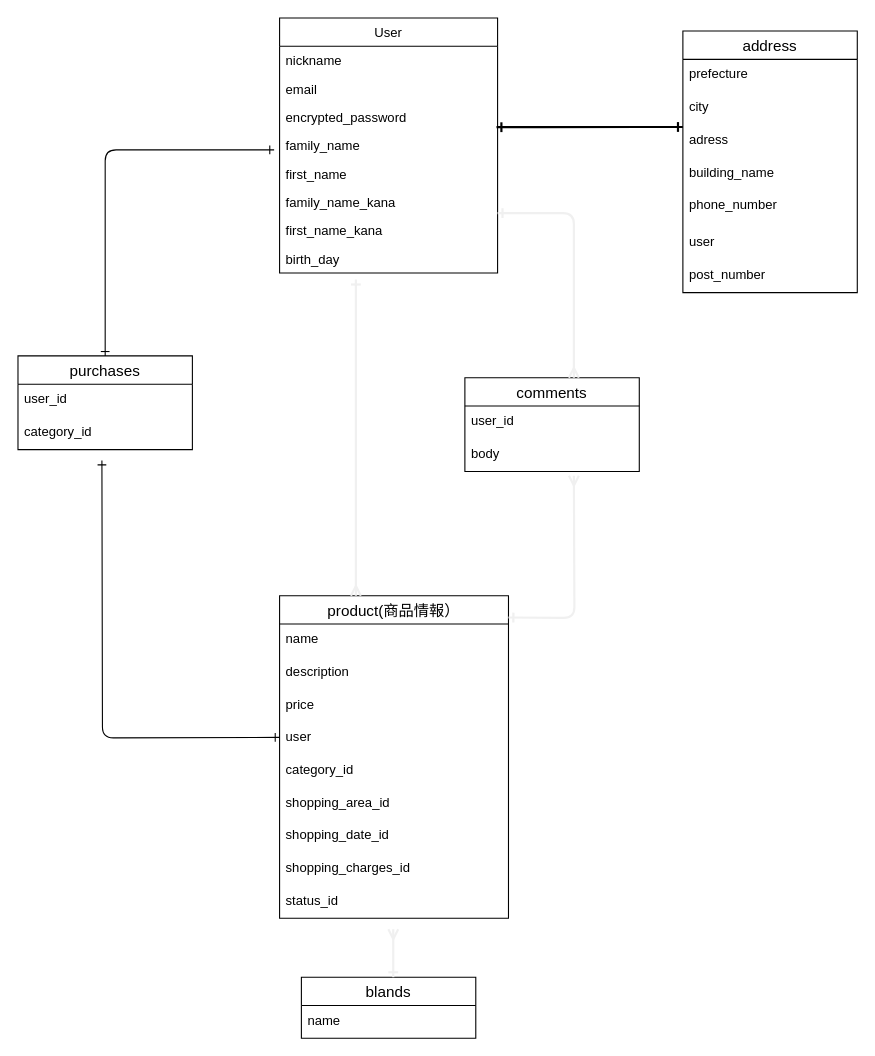
Above: ER.dio in atsushi514/furima-32342 (draw.io), before the change. Source tidied: cells renumbered, new cells numbered last; positions are measured from the earlier drawing's top-left corner, leaving out a move shared by most shapes. Both pictures are drawn from the tidied source at 109%, with x=0, y=0 at pixel (17, 17).
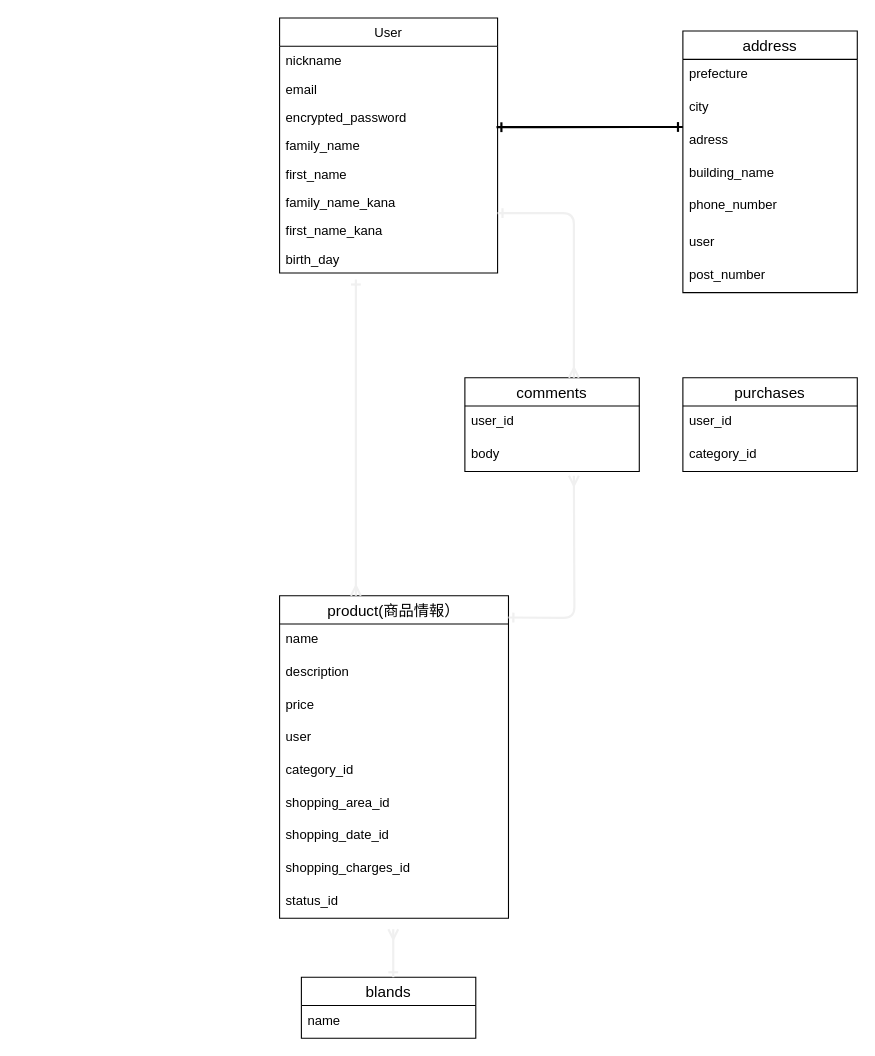
The same page after the edit.

The edit, as a diff of the source:
```diff
@@
     <mxCell id="38" value="purchases" style="swimlane;fontStyle=0;horizontal=1;startSize=26;align=center;fontSize=14;" parent="1" vertex="1">
-      <mxGeometry y="310" width="160" height="86" as="geometry" />
+      <mxGeometry x="610" y="330" width="160" height="86" as="geometry" />
     </mxCell>
@@
-    <mxCell id="41" style="fontSize=12;html=1;endArrow=ERone;endFill=1;startArrow=ERone;startFill=0;edgeStyle=orthogonalEdgeStyle;" parent="1" edge="1">
-      <mxGeometry relative="1" as="geometry">
-        <mxPoint x="240" y="660" as="sourcePoint" />
-        <mxPoint x="77" y="406" as="targetPoint" />
-      </mxGeometry>
-    </mxCell>
-    <mxCell id="42" style="edgeStyle=orthogonalEdgeStyle;fontSize=12;html=1;endArrow=ERone;endFill=1;startArrow=ERone;startFill=0;" parent="1" edge="1">
-      <mxGeometry relative="1" as="geometry">
-        <mxPoint x="80" y="310" as="sourcePoint" />
-        <mxPoint x="235" y="121" as="targetPoint" />
-        <Array as="points">
-          <mxPoint x="80" y="121" />
-        </Array>
-      </mxGeometry>
-    </mxCell>
```
